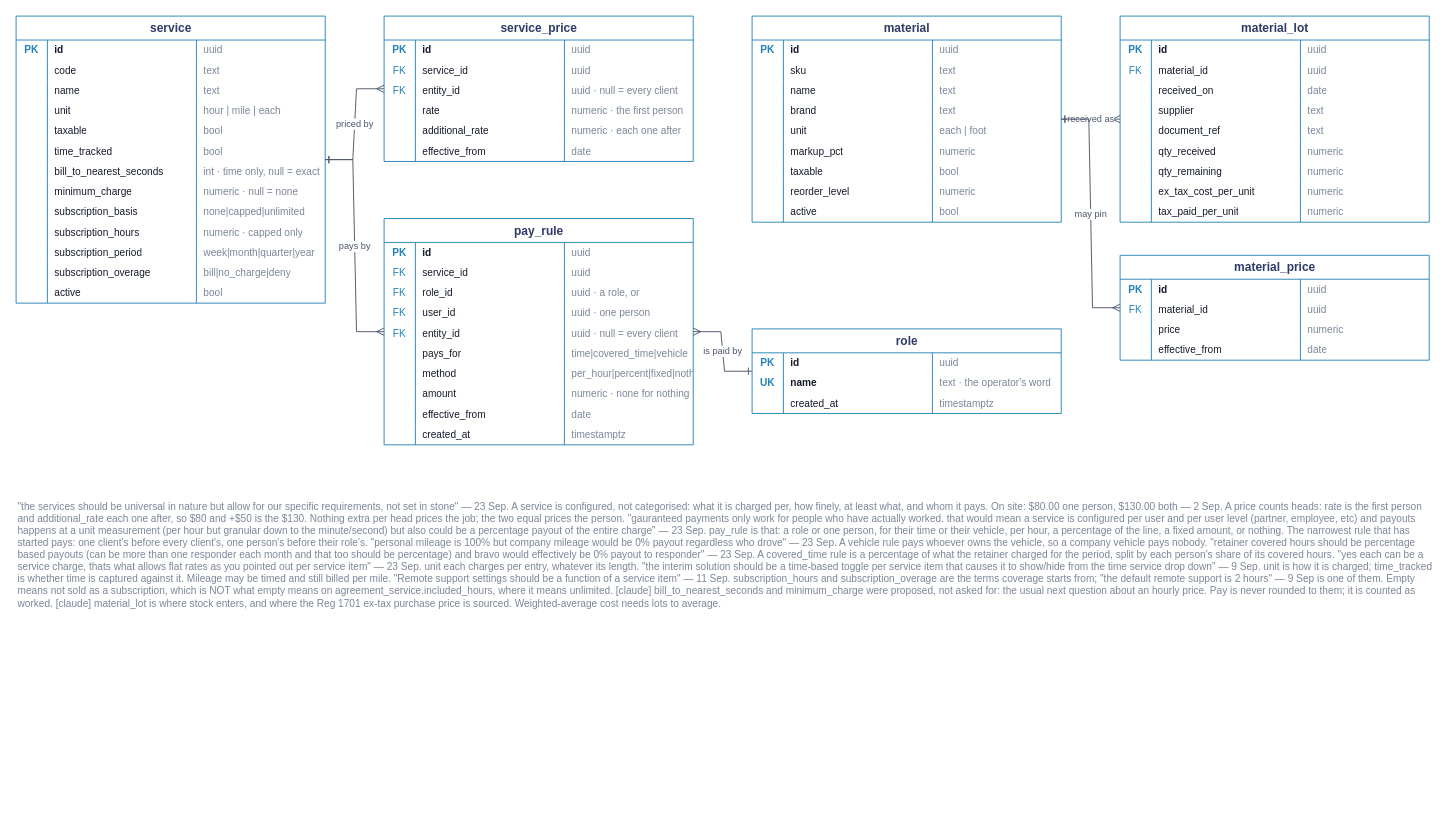
The draw.io diagram docs/schema/03-catalogue.drawio in TylerVigario/reckon, before the edit. Source tidied: cells renumbered, new cells numbered last; positions are measured from the earlier drawing's top-left corner, leaving out a move shared by most shapes. Both pictures are drawn from the tidied source at 92%, with x=0, y=0 at pixel (16, 16).
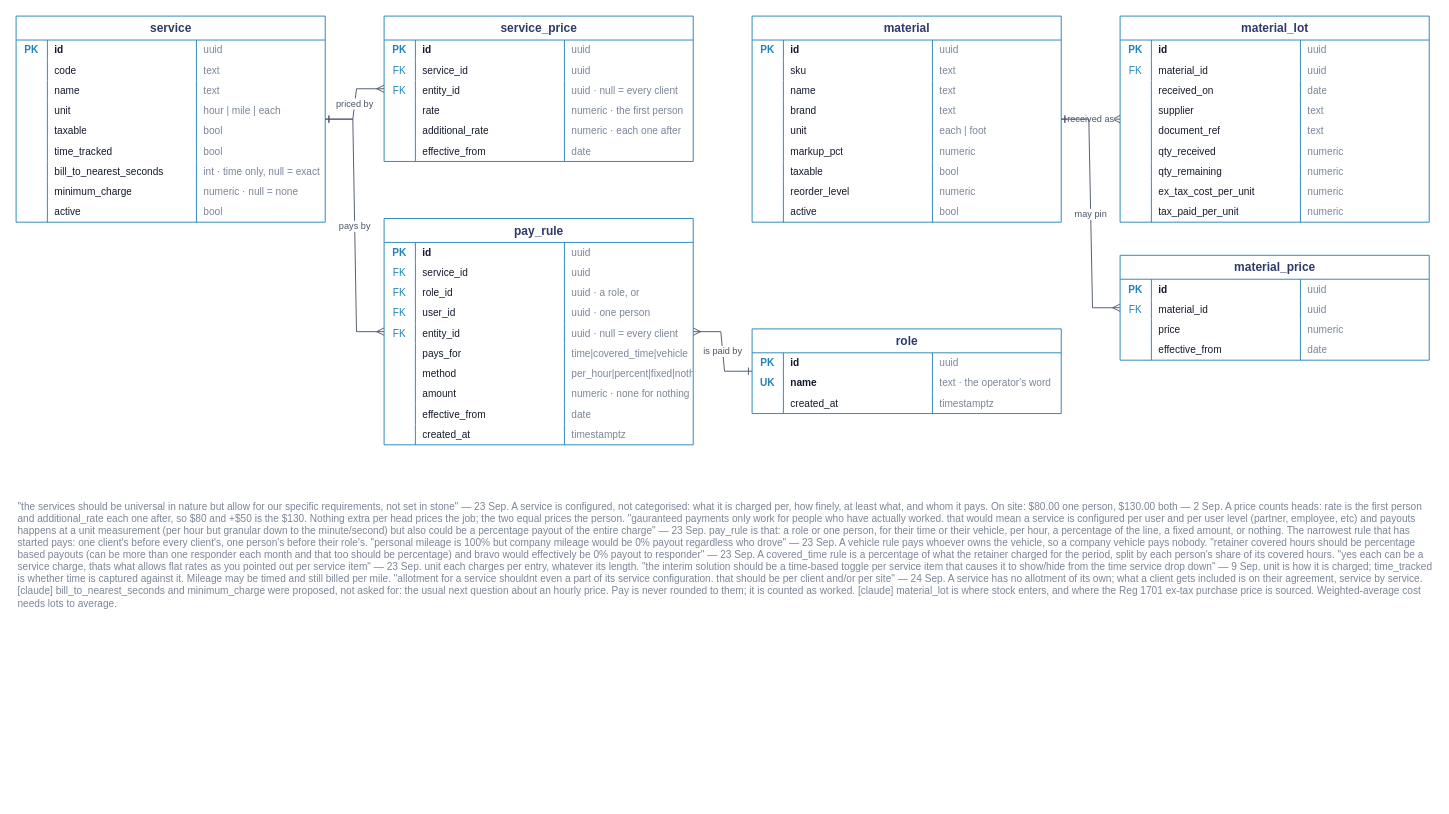
The same diagram, later.

The change refers to these unchanged cells:
```xml
<mxCell id="35" style="shape=tableRow;horizontal=0;startSize=0;swimlaneHead=0;swimlaneBody=0;fillColor=none;top=0;left=0;right=0;bottom=0;strokeColor=#d4dae4;" parent="2" vertex="1">
  <mxGeometry y="202" width="336" height="22" as="geometry" />
</mxCell>
```

The edit, as a diff of the source:
```diff
@@
     <mxCell id="2" value="service" style="shape=table;startSize=26;childLayout=tableLayout;rowLines=0;fontStyle=1;align=center;html=1;fillColor=#ffffff;strokeColor=#2382b3;fontColor=#2e3a68;fontSize=13;" parent="1" vertex="1">
-      <mxGeometry width="336" height="312" as="geometry" />
+      <mxGeometry width="336" height="224" as="geometry" />
     </mxCell>
@@
-    <mxCell id="37" value="subscription_basis" style="shape=partialRectangle;fillColor=none;top=0;left=0;bottom=0;right=0;overflow=hidden;whiteSpace=wrap;html=1;fontSize=11;align=left;spacingLeft=6;fontColor=#141a2b;" parent="35" vertex="1">
+    <mxCell id="37" value="active" style="shape=partialRectangle;fillColor=none;top=0;left=0;bottom=0;right=0;overflow=hidden;whiteSpace=wrap;html=1;fontSize=11;align=left;spacingLeft=6;fontColor=#141a2b;" parent="35" vertex="1">
       <mxGeometry x="34" width="162" height="22" as="geometry" />
     </mxCell>
-    <mxCell id="38" value="none|capped|unlimited" style="shape=partialRectangle;fillColor=none;top=0;left=0;bottom=0;right=0;overflow=hidden;whiteSpace=wrap;html=1;fontSize=11;align=left;spacingLeft=6;fontColor=#7b8698;" parent="35" vertex="1">
+    <mxCell id="38" value="bool" style="shape=partialRectangle;fillColor=none;top=0;left=0;bottom=0;right=0;overflow=hidden;whiteSpace=wrap;html=1;fontSize=11;align=left;spacingLeft=6;fontColor=#7b8698;" parent="35" vertex="1">
       <mxGeometry x="196" width="140" height="22" as="geometry" />
     </mxCell>
-    <mxCell id="39" style="shape=tableRow;horizontal=0;startSize=0;swimlaneHead=0;swimlaneBody=0;fillColor=none;top=0;left=0;right=0;bottom=0;strokeColor=#d4dae4;" parent="2" vertex="1">
-      <mxGeometry y="224" width="336" height="22" as="geometry" />
-    </mxCell>
-    <mxCell id="40" style="shape=partialRectangle;fillColor=none;top=0;left=0;bottom=0;right=0;overflow=hidden;whiteSpace=wrap;html=1;fontSize=11;align=center;spacingLeft=0;fontColor=#141a2b;" parent="39" vertex="1">
-      <mxGeometry width="34" height="22" as="geometry" />
-    </mxCell>
-    <mxCell id="41" value="subscription_hours" style="shape=partialRectangle;fillColor=none;top=0;left=0;bottom=0;right=0;overflow=hidden;whiteSpace=wrap;html=1;fontSize=11;align=left;spacingLeft=6;fontColor=#141a2b;" parent="39" vertex="1">
-      <mxGeometry x="34" width="162" height="22" as="geometry" />
-    </mxCell>
-    <mxCell id="42" value="numeric · capped only" style="shape=partialRectangle;fillColor=none;top=0;left=0;bottom=0;right=0;overflow=hidden;whiteSpace=wrap;html=1;fontSize=11;align=left;spacingLeft=6;fontColor=#7b8698;" parent="39" vertex="1">
-      <mxGeometry x="196" width="140" height="22" as="geometry" />
-    </mxCell>
-    <mxCell id="43" style="shape=tableRow;horizontal=0;startSize=0;swimlaneHead=0;swimlaneBody=0;fillColor=none;top=0;left=0;right=0;bottom=0;strokeColor=#d4dae4;" parent="2" vertex="1">
-      <mxGeometry y="246" width="336" height="22" as="geometry" />
-    </mxCell>
-    <mxCell id="44" style="shape=partialRectangle;fillColor=none;top=0;left=0;bottom=0;right=0;overflow=hidden;whiteSpace=wrap;html=1;fontSize=11;align=center;spacingLeft=0;fontColor=#141a2b;" parent="43" vertex="1">
-      <mxGeometry width="34" height="22" as="geometry" />
-    </mxCell>
-    <mxCell id="45" value="subscription_period" style="shape=partialRectangle;fillColor=none;top=0;left=0;bottom=0;right=0;overflow=hidden;whiteSpace=wrap;html=1;fontSize=11;align=left;spacingLeft=6;fontColor=#141a2b;" parent="43" vertex="1">
-      <mxGeometry x="34" width="162" height="22" as="geometry" />
-    </mxCell>
-    <mxCell id="46" value="week|month|quarter|year" style="shape=partialRectangle;fillColor=none;top=0;left=0;bottom=0;right=0;overflow=hidden;whiteSpace=wrap;html=1;fontSize=11;align=left;spacingLeft=6;fontColor=#7b8698;" parent="43" vertex="1">
-      <mxGeometry x="196" width="140" height="22" as="geometry" />
-    </mxCell>
-    <mxCell id="47" style="shape=tableRow;horizontal=0;startSize=0;swimlaneHead=0;swimlaneBody=0;fillColor=none;top=0;left=0;right=0;bottom=0;strokeColor=#d4dae4;" parent="2" vertex="1">
-      <mxGeometry y="268" width="336" height="22" as="geometry" />
-    </mxCell>
-    <mxCell id="48" style="shape=partialRectangle;fillColor=none;top=0;left=0;bottom=0;right=0;overflow=hidden;whiteSpace=wrap;html=1;fontSize=11;align=center;spacingLeft=0;fontColor=#141a2b;" parent="47" vertex="1">
-      <mxGeometry width="34" height="22" as="geometry" />
-    </mxCell>
-    <mxCell id="49" value="subscription_overage" style="shape=partialRectangle;fillColor=none;top=0;left=0;bottom=0;right=0;overflow=hidden;whiteSpace=wrap;html=1;fontSize=11;align=left;spacingLeft=6;fontColor=#141a2b;" parent="47" vertex="1">
-      <mxGeometry x="34" width="162" height="22" as="geometry" />
-    </mxCell>
-    <mxCell id="50" value="bill|no_charge|deny" style="shape=partialRectangle;fillColor=none;top=0;left=0;bottom=0;right=0;overflow=hidden;whiteSpace=wrap;html=1;fontSize=11;align=left;spacingLeft=6;fontColor=#7b8698;" parent="47" vertex="1">
-      <mxGeometry x="196" width="140" height="22" as="geometry" />
-    </mxCell>
-    <mxCell id="51" style="shape=tableRow;horizontal=0;startSize=0;swimlaneHead=0;swimlaneBody=0;fillColor=none;top=0;left=0;right=0;bottom=0;strokeColor=#d4dae4;" parent="2" vertex="1">
-      <mxGeometry y="290" width="336" height="22" as="geometry" />
-    </mxCell>
-    <mxCell id="52" style="shape=partialRectangle;fillColor=none;top=0;left=0;bottom=0;right=0;overflow=hidden;whiteSpace=wrap;html=1;fontSize=11;align=center;spacingLeft=0;fontColor=#141a2b;" parent="51" vertex="1">
-      <mxGeometry width="34" height="22" as="geometry" />
-    </mxCell>
-    <mxCell id="53" value="active" style="shape=partialRectangle;fillColor=none;top=0;left=0;bottom=0;right=0;overflow=hidden;whiteSpace=wrap;html=1;fontSize=11;align=left;spacingLeft=6;fontColor=#141a2b;" parent="51" vertex="1">
-      <mxGeometry x="34" width="162" height="22" as="geometry" />
-    </mxCell>
-    <mxCell id="54" value="bool" style="shape=partialRectangle;fillColor=none;top=0;left=0;bottom=0;right=0;overflow=hidden;whiteSpace=wrap;html=1;fontSize=11;align=left;spacingLeft=6;fontColor=#7b8698;" parent="51" vertex="1">
-      <mxGeometry x="196" width="140" height="22" as="geometry" />
-    </mxCell>
@@
-    <mxCell id="230" value="&quot;the services should be universal in nature but allow for our specific requirements, not set in stone&quot; — 23 Sep. A service is configured, not categorised: what it is charged per, how finely, at least what, and whom it pays.  On site: $80.00 one person, $130.00 both — 2 Sep. A price counts heads: rate is the first person and additional_rate each one after, so $80 and +$50 is the $130. Nothing extra per head prices the job; the two equal prices the person.  &quot;gauranteed payments only work for people who have actually worked. that would mean a service is configured per user and per user level (partner, employee, etc) and payouts happens at a unit measurement (per hour but granular down to the minute/second) but also could be a percentage payout of the entire charge&quot; — 23 Sep. pay_rule is that: a role or one person, for their time or their vehicle, per hour, a percentage of the line, a fixed amount, or nothing. The narrowest rule that has started pays: one client's before every client's, one person's before their role's.  &quot;personal mileage is 100% but company mileage would be 0% payout regardless who drove&quot; — 23 Sep. A vehicle rule pays whoever owns the vehicle, so a company vehicle pays nobody.  &quot;retainer covered hours should be percentage based payouts (can be more than one responder each month and that too should be percentage) and bravo would effectively be 0% payout to responder&quot; — 23 Sep. A covered_time rule is a percentage of what the retainer charged for the period, split by each person's share of its covered hours.  &quot;yes each can be a service charge, thats what allows flat rates as you pointed out per service item&quot; — 23 Sep. unit each charges per entry, whatever its length.  &quot;the interim solution should be a time-based toggle per service item that causes it to show/hide from the time service drop down&quot; — 9 Sep. unit is how it is charged; time_tracked is whether time is captured against it. Mileage may be timed and still billed per mile.  &quot;Remote support settings should be a function of a service item&quot; — 11 Sep. subscription_hours and subscription_overage are the terms coverage starts from; &quot;the default remote support is 2 hours&quot; — 9 Sep is one of them. Empty means not sold as a subscription, which is NOT what empty means on agreement_service.included_hours, where it means unlimited.  [claude] bill_to_nearest_seconds and minimum_charge were proposed, not asked for: the usual next question about an hourly price. Pay is never rounded to them; it is counted as worked.  [claude] material_lot is where stock enters, and where the Reg 1701 ex-tax purchase price is sourced. Weighted-average cost needs lots to average." style="text;html=1;strokeColor=none;fillColor=none;align=left;verticalAlign=top;fontSize=11;fontColor=#7b8698;whiteSpace=wrap;" parent="1" vertex="1">
+    <mxCell id="230" value="&quot;the services should be universal in nature but allow for our specific requirements, not set in stone&quot; — 23 Sep. A service is configured, not categorised: what it is charged per, how finely, at least what, and whom it pays.  On site: $80.00 one person, $130.00 both — 2 Sep. A price counts heads: rate is the first person and additional_rate each one after, so $80 and +$50 is the $130. Nothing extra per head prices the job; the two equal prices the person.  &quot;gauranteed payments only work for people who have actually worked. that would mean a service is configured per user and per user level (partner, employee, etc) and payouts happens at a unit measurement (per hour but granular down to the minute/second) but also could be a percentage payout of the entire charge&quot; — 23 Sep. pay_rule is that: a role or one person, for their time or their vehicle, per hour, a percentage of the line, a fixed amount, or nothing. The narrowest rule that has started pays: one client's before every client's, one person's before their role's.  &quot;personal mileage is 100% but company mileage would be 0% payout regardless who drove&quot; — 23 Sep. A vehicle rule pays whoever owns the vehicle, so a company vehicle pays nobody.  &quot;retainer covered hours should be percentage based payouts (can be more than one responder each month and that too should be percentage) and bravo would effectively be 0% payout to responder&quot; — 23 Sep. A covered_time rule is a percentage of what the retainer charged for the period, split by each person's share of its covered hours.  &quot;yes each can be a service charge, thats what allows flat rates as you pointed out per service item&quot; — 23 Sep. unit each charges per entry, whatever its length.  &quot;the interim solution should be a time-based toggle per service item that causes it to show/hide from the time service drop down&quot; — 9 Sep. unit is how it is charged; time_tracked is whether time is captured against it. Mileage may be timed and still billed per mile.  &quot;allotment for a service shouldnt even a part of its service configuration. that should be per client and/or per site&quot; — 24 Sep. A service has no allotment of its own; what a client gets included is on their agreement, service by service.  [claude] bill_to_nearest_seconds and minimum_charge were proposed, not asked for: the usual next question about an hourly price. Pay is never rounded to them; it is counted as worked.  [claude] material_lot is where stock enters, and where the Reg 1701 ex-tax purchase price is sourced. Weighted-average cost needs lots to average." style="text;html=1;strokeColor=none;fillColor=none;align=left;verticalAlign=top;fontSize=11;fontColor=#7b8698;whiteSpace=wrap;" parent="1" vertex="1">
       <mxGeometry y="520" width="1540" height="330" as="geometry" />
     </mxCell>
```
